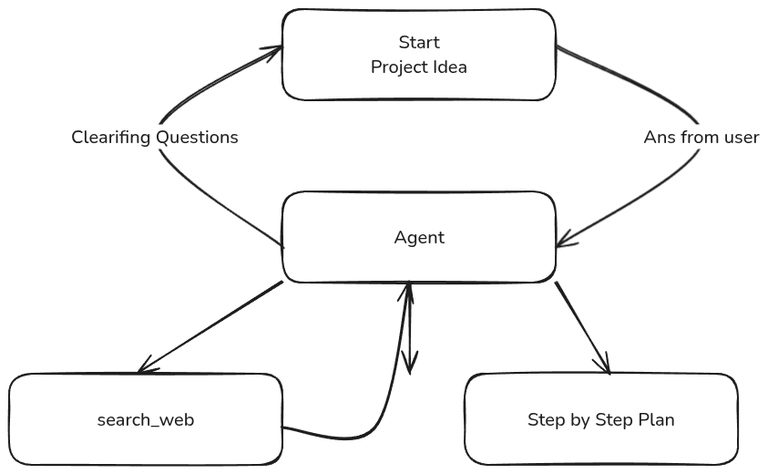
The Excalidraw diagram docs/simple_agent_graph.excalidraw.png in vivekpatel99/project-plan-genie, before a commit. Source tidied: one line per element, renumbered; positions are measured from the earlier drawing's top-left corner, leaving out a move shared by most shapes. Source of this version:
```json
{"id": 0, "type": "rectangle", "strokeColor": "#1e1e1e", "strokeWidth": 2, "roughness": 1, "round": true, "x": 300, "y": 0, "width": 300, "height": 100}
{"id": 1, "type": "text", "text": "Start\nProject Idea", "strokeColor": "#1e1e1e", "strokeWidth": 2, "roughness": 1, "fontSize": 20, "fontFamily": 6, "textAlign": "center", "verticalAlign": "middle", "inside": 0, "x": 397, "y": 23, "width": 106, "height": 54}
{"id": 2, "type": "rectangle", "strokeColor": "#1e1e1e", "strokeWidth": 2, "roughness": 1, "round": true, "x": 300, "y": 200, "width": 300, "height": 100}
{"id": 3, "type": "text", "text": "Agent", "strokeColor": "#1e1e1e", "strokeWidth": 2, "roughness": 1, "fontSize": 20, "fontFamily": 6, "textAlign": "center", "verticalAlign": "middle", "inside": 2, "x": 422, "y": 236, "width": 56, "height": 27}
{"id": 4, "type": "arrow", "strokeColor": "#1e1e1e", "strokeWidth": 2, "roughness": 1, "endArrowhead": "arrow", "round": true, "from": 2, "to": 0, "x": 300, "y": 260, "width": 140, "height": 220, "points": [[0, 0], [-140, -120], [0, -220]]}
{"id": 5, "type": "text", "text": "Clearifing Questions", "strokeColor": "#1e1e1e", "strokeWidth": 2, "roughness": 1, "fontSize": 20, "fontFamily": 6, "textAlign": "center", "verticalAlign": "middle", "inside": 4, "x": 68, "y": 126, "width": 184, "height": 27}
{"id": 6, "type": "arrow", "strokeColor": "#1e1e1e", "strokeWidth": 2, "roughness": 1, "endArrowhead": "arrow", "round": true, "from": 0, "to": 2, "x": 600, "y": 40, "width": 160, "height": 220, "points": [[0, 0], [160, 100], [0, 220]]}
{"id": 7, "type": "text", "text": "Ans from user", "strokeColor": "#1e1e1e", "strokeWidth": 2, "roughness": 1, "fontSize": 20, "fontFamily": 6, "textAlign": "center", "verticalAlign": "middle", "inside": 6, "x": 696, "y": 126, "width": 128, "height": 27}
{"id": 8, "type": "rectangle", "strokeColor": "#1e1e1e", "strokeWidth": 2, "roughness": 1, "round": true, "x": 0, "y": 400, "width": 300, "height": 100}
{"id": 9, "type": "text", "text": "search_web", "strokeColor": "#1e1e1e", "strokeWidth": 2, "roughness": 1, "fontSize": 20, "fontFamily": 6, "textAlign": "center", "verticalAlign": "middle", "inside": 8, "x": 96, "y": 436, "width": 107, "height": 27}
{"id": 10, "type": "rectangle", "strokeColor": "#1e1e1e", "strokeWidth": 2, "roughness": 1, "round": true, "x": 500, "y": 400, "width": 300, "height": 100}
{"id": 11, "type": "text", "text": "Step by Step Plan", "strokeColor": "#1e1e1e", "strokeWidth": 2, "roughness": 1, "fontSize": 20, "fontFamily": 6, "textAlign": "center", "verticalAlign": "middle", "inside": 10, "x": 569, "y": 436, "width": 162, "height": 27}
{"id": 12, "type": "arrow", "strokeColor": "#1e1e1e", "strokeWidth": 2, "roughness": 1, "endArrowhead": "arrow", "round": true, "from": 2, "to": 8, "x": 300, "y": 300, "width": 160, "height": 100, "points": [[0, 0], [-160, 100]]}
{"id": 13, "type": "arrow", "strokeColor": "#1e1e1e", "strokeWidth": 2, "roughness": 1, "endArrowhead": "arrow", "round": true, "from": 8, "to": 2, "x": 300, "y": 460, "width": 140, "height": 160, "points": [[0, 0], [100, 0], [140, -160]]}
{"id": 14, "type": "arrow", "strokeColor": "#1e1e1e", "strokeWidth": 2, "roughness": 1, "endArrowhead": "arrow", "round": true, "from": 2, "to": 10, "x": 600, "y": 300, "width": 60, "height": 100, "points": [[0, 0], [60, 100]]}
```
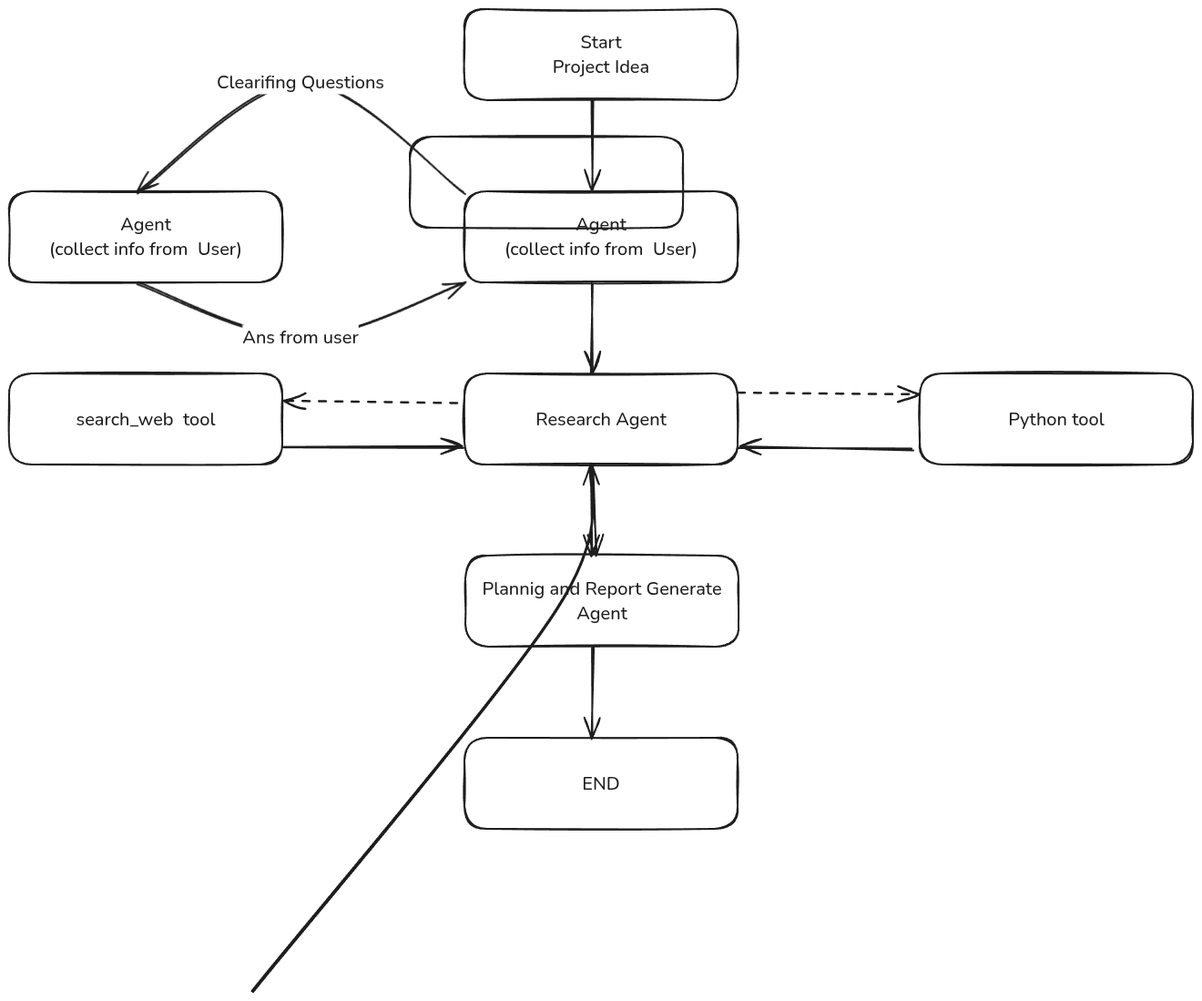
The same file after the commit.

Commit message:
simple agent block diagram updated

Change to the diagram source:
```diff
@@ -1,15 +1,28 @@
-{"id": 0, "type": "rectangle", "strokeColor": "#1e1e1e", "strokeWidth": 2, "roughness": 1, "round": true, "x": 300, "y": 0, "width": 300, "height": 100}
+{"id": 0, "type": "rectangle", "strokeColor": "#1e1e1e", "strokeWidth": 2, "roughness": 1, "round": true, "x": 300, "y": -200, "width": 300, "height": 100}
-{"id": 1, "type": "text", "text": "Start\nProject Idea", "strokeColor": "#1e1e1e", "strokeWidth": 2, "roughness": 1, "fontSize": 20, "fontFamily": 6, "textAlign": "center", "verticalAlign": "middle", "inside": 0, "x": 397, "y": 23, "width": 106, "height": 54}
+{"id": 1, "type": "text", "text": "Start\nProject Idea", "strokeColor": "#1e1e1e", "strokeWidth": 2, "roughness": 1, "fontSize": 20, "fontFamily": 6, "textAlign": "center", "verticalAlign": "middle", "inside": 0, "x": 397, "y": -177, "width": 106, "height": 54}
 {"id": 2, "type": "rectangle", "strokeColor": "#1e1e1e", "strokeWidth": 2, "roughness": 1, "round": true, "x": 300, "y": 200, "width": 300, "height": 100}
-{"id": 3, "type": "text", "text": "Agent", "strokeColor": "#1e1e1e", "strokeWidth": 2, "roughness": 1, "fontSize": 20, "fontFamily": 6, "textAlign": "center", "verticalAlign": "middle", "inside": 2, "x": 422, "y": 236, "width": 56, "height": 27}
+{"id": 3, "type": "text", "text": "Research Agent", "strokeColor": "#1e1e1e", "strokeWidth": 2, "roughness": 1, "fontSize": 20, "fontFamily": 6, "textAlign": "center", "verticalAlign": "middle", "inside": 2, "x": 378, "y": 236, "width": 144, "height": 27}
-{"id": 4, "type": "arrow", "strokeColor": "#1e1e1e", "strokeWidth": 2, "roughness": 1, "endArrowhead": "arrow", "round": true, "from": 2, "to": 0, "x": 300, "y": 260, "width": 140, "height": 220, "points": [[0, 0], [-140, -120], [0, -220]]}
+{"id": 4, "type": "arrow", "strokeColor": "#1e1e1e", "strokeWidth": 2, "roughness": 1, "endArrowhead": "arrow", "round": true, "from": 15, "to": 17, "x": 299, "y": 1, "width": 359, "height": 121, "points": [[0, 0], [-179, -121], [-359, 0]]}
-{"id": 5, "type": "text", "text": "Clearifing Questions", "strokeColor": "#1e1e1e", "strokeWidth": 2, "roughness": 1, "fontSize": 20, "fontFamily": 6, "textAlign": "center", "verticalAlign": "middle", "inside": 4, "x": 68, "y": 126, "width": 184, "height": 27}
+{"id": 5, "type": "text", "text": "Clearifing Questions", "strokeColor": "#1e1e1e", "strokeWidth": 2, "roughness": 1, "fontSize": 20, "fontFamily": 6, "textAlign": "center", "verticalAlign": "middle", "inside": 4, "x": -112, "y": -351, "width": 184, "height": 27}
-{"id": 6, "type": "arrow", "strokeColor": "#1e1e1e", "strokeWidth": 2, "roughness": 1, "endArrowhead": "arrow", "round": true, "from": 0, "to": 2, "x": 600, "y": 40, "width": 160, "height": 220, "points": [[0, 0], [160, 100], [0, 220]]}
+{"id": 6, "type": "arrow", "strokeColor": "#1e1e1e", "strokeWidth": 2, "roughness": 1, "endArrowhead": "arrow", "round": true, "from": 17, "to": 15, "x": -59, "y": 100, "width": 360, "height": 60, "points": [[0, 0], [179, 60], [360, -1]]}
 {"id": 7, "type": "text", "text": "Ans from user", "strokeColor": "#1e1e1e", "strokeWidth": 2, "roughness": 1, "fontSize": 20, "fontFamily": 6, "textAlign": "center", "verticalAlign": "middle", "inside": 6, "x": 696, "y": 126, "width": 128, "height": 27}
-{"id": 8, "type": "rectangle", "strokeColor": "#1e1e1e", "strokeWidth": 2, "roughness": 1, "round": true, "x": 0, "y": 400, "width": 300, "height": 100}
+{"id": 8, "type": "rectangle", "strokeColor": "#1e1e1e", "strokeWidth": 2, "roughness": 1, "round": true, "x": -200, "y": 200, "width": 300, "height": 100}
-{"id": 9, "type": "text", "text": "search_web", "strokeColor": "#1e1e1e", "strokeWidth": 2, "roughness": 1, "fontSize": 20, "fontFamily": 6, "textAlign": "center", "verticalAlign": "middle", "inside": 8, "x": 96, "y": 436, "width": 107, "height": 27}
+{"id": 9, "type": "text", "text": "search_web  tool", "strokeColor": "#1e1e1e", "strokeWidth": 2, "roughness": 1, "fontSize": 20, "fontFamily": 6, "textAlign": "center", "verticalAlign": "middle", "inside": 8, "x": -126, "y": 236, "width": 153, "height": 27}
-{"id": 10, "type": "rectangle", "strokeColor": "#1e1e1e", "strokeWidth": 2, "roughness": 1, "round": true, "x": 500, "y": 400, "width": 300, "height": 100}
+{"id": 10, "type": "rectangle", "strokeColor": "#1e1e1e", "strokeWidth": 2, "roughness": 1, "round": true, "x": 301, "y": 400, "width": 300, "height": 100}
-{"id": 11, "type": "text", "text": "Step by Step Plan", "strokeColor": "#1e1e1e", "strokeWidth": 2, "roughness": 1, "fontSize": 20, "fontFamily": 6, "textAlign": "center", "verticalAlign": "middle", "inside": 10, "x": 569, "y": 436, "width": 162, "height": 27}
+{"id": 11, "type": "text", "text": "Plannig and Report Generate\nAgent", "strokeColor": "#1e1e1e", "strokeWidth": 2, "roughness": 1, "fontSize": 20, "fontFamily": 6, "textAlign": "center", "verticalAlign": "middle", "inside": 10, "x": 319, "y": 423, "width": 263, "height": 54}
-{"id": 12, "type": "arrow", "strokeColor": "#1e1e1e", "strokeWidth": 2, "roughness": 1, "endArrowhead": "arrow", "round": true, "from": 2, "to": 8, "x": 300, "y": 300, "width": 160, "height": 100, "points": [[0, 0], [-160, 100]]}
+{"id": 12, "type": "arrow", "strokeColor": "#1e1e1e", "strokeWidth": 2, "strokeStyle": "dashed", "roughness": 1, "endArrowhead": "arrow", "round": true, "from": 2, "to": 8, "x": 292, "y": 233, "width": 191, "height": 2, "points": [[0, 0], [-191, -2]]}
-{"id": 13, "type": "arrow", "strokeColor": "#1e1e1e", "strokeWidth": 2, "roughness": 1, "endArrowhead": "arrow", "round": true, "from": 8, "to": 2, "x": 300, "y": 460, "width": 140, "height": 160, "points": [[0, 0], [100, 0], [140, -160]]}
-{"id": 14, "type": "arrow", "strokeColor": "#1e1e1e", "strokeWidth": 2, "roughness": 1, "endArrowhead": "arrow", "round": true, "from": 2, "to": 10, "x": 600, "y": 300, "width": 60, "height": 100, "points": [[0, 0], [60, 100]]}
+{"id": 15, "type": "rectangle", "strokeColor": "#1e1e1e", "strokeWidth": 2, "roughness": 1, "round": true, "x": 300, "y": 0, "width": 300, "height": 100}
+{"id": 16, "type": "text", "text": "Agent\n(collect info from  User)", "strokeColor": "#1e1e1e", "strokeWidth": 2, "roughness": 1, "fontSize": 20, "fontFamily": 6, "textAlign": "center", "verticalAlign": "middle", "inside": 15, "x": 344, "y": 23, "width": 212, "height": 54}
+{"id": 17, "type": "rectangle", "strokeColor": "#1e1e1e", "strokeWidth": 2, "roughness": 1, "round": true, "x": -200, "y": 0, "width": 300, "height": 100}
+{"id": 18, "type": "text", "text": "Agent\n(collect info from  User)", "strokeColor": "#1e1e1e", "strokeWidth": 2, "roughness": 1, "fontSize": 20, "fontFamily": 6, "textAlign": "center", "verticalAlign": "middle", "inside": 17, "x": -156, "y": 23, "width": 212, "height": 54}
+{"id": 19, "type": "arrow", "strokeColor": "#1e1e1e", "strokeWidth": 2, "roughness": 1, "endArrowhead": "arrow", "round": true, "from": 8, "to": 2, "x": 101, "y": 280, "width": 199, "height": 1, "points": [[0, 0], [199, 1]]}
+{"id": 20, "type": "arrow", "strokeColor": "#1e1e1e", "strokeWidth": 2, "roughness": 1, "endArrowhead": "arrow", "round": true, "from": 0, "to": 15, "x": 440, "y": -100, "width": 0, "height": 100, "points": [[0, 0], [0, 100]]}
+{"id": 21, "type": "arrow", "strokeColor": "#1e1e1e", "strokeWidth": 2, "roughness": 1, "endArrowhead": "arrow", "round": true, "from": 15, "to": 2, "x": 440, "y": 100, "width": 0, "height": 99, "points": [[0, 0], [0, 99]]}
+{"id": 22, "type": "arrow", "strokeColor": "#1e1e1e", "strokeWidth": 2, "roughness": 1, "endArrowhead": "arrow", "round": true, "from": 2, "to": 10, "x": 440, "y": 300, "width": 1, "height": 99, "points": [[0, 0], [1, 99]]}
+{"id": 23, "type": "rectangle", "strokeColor": "#1e1e1e", "strokeWidth": 2, "roughness": 1, "round": true, "x": 300, "y": 600, "width": 300, "height": 100}
+{"id": 24, "type": "text", "text": "END", "strokeColor": "#1e1e1e", "strokeWidth": 2, "roughness": 1, "fontSize": 20, "fontFamily": 6, "textAlign": "center", "verticalAlign": "middle", "inside": 23, "x": 429, "y": 636, "width": 41, "height": 27}
+{"id": 25, "type": "arrow", "strokeColor": "#1e1e1e", "strokeWidth": 2, "roughness": 1, "endArrowhead": "arrow", "round": true, "from": 10, "to": 23, "x": 441, "y": 500, "width": 1, "height": 99, "points": [[0, 0], [-1, 99]]}
+{"id": 26, "type": "rectangle", "strokeColor": "#1e1e1e", "strokeWidth": 2, "roughness": 1, "round": true, "x": 800, "y": 200, "width": 300, "height": 100}
+{"id": 27, "type": "text", "text": "Python tool", "strokeColor": "#1e1e1e", "strokeWidth": 2, "roughness": 1, "fontSize": 20, "fontFamily": 6, "textAlign": "center", "verticalAlign": "middle", "inside": 26, "x": 897, "y": 236, "width": 105, "height": 27}
+{"id": 28, "type": "arrow", "strokeColor": "#1e1e1e", "strokeWidth": 2, "roughness": 1, "endArrowhead": "arrow", "round": true, "x": 792, "y": 283, "width": 191, "height": 2, "points": [[0, 0], [-191, -2]]}
+{"id": 29, "type": "arrow", "strokeColor": "#1e1e1e", "strokeWidth": 2, "strokeStyle": "dashed", "roughness": 1, "endArrowhead": "arrow", "round": true, "x": 601, "y": 221, "width": 199, "height": 1, "points": [[0, 0], [199, 1]]}
```
